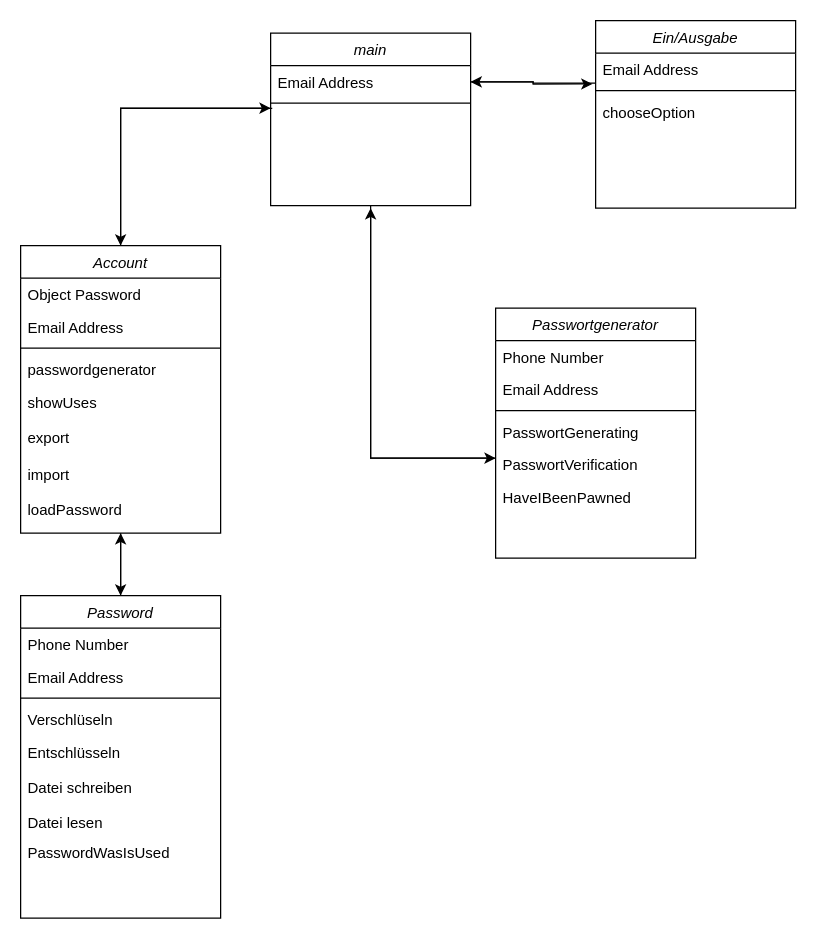
The draw.io diagram Phython.drawio in DominikKien/PhythonProjekt, before the edit. Source tidied: cells renumbered, new cells numbered last; positions are measured from the earlier drawing's top-left corner, leaving out a move shared by most shapes. Both pictures are drawn from the tidied source at 125%, with x=0, y=0 at pixel (20, 20).
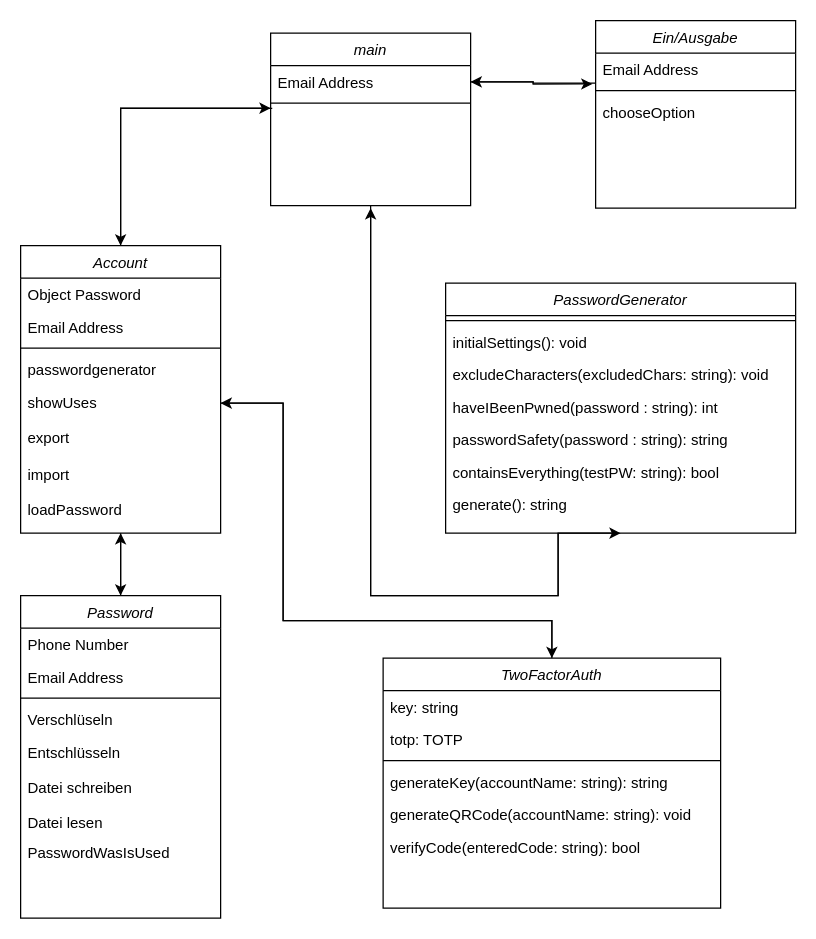
The same diagram, later.

The change refers to these unchanged cells:
```xml
<mxCell id="13" value="main" style="swimlane;fontStyle=2;align=center;verticalAlign=top;horizontal=1;startSize=26;rounded=0;shadow=0;strokeWidth=1;" parent="1" vertex="1">
  <mxGeometry x="200" y="10" width="160" height="138" as="geometry" />
</mxCell>
<mxCell id="31" value="showUses" style="text;align=left;verticalAlign=top;spacingLeft=4;spacingRight=4;overflow=hidden;points=[[0,0.5],[1,0.5]];portConstraint=eastwest;" parent="26" vertex="1">
  <mxGeometry y="112" width="160" height="28" as="geometry" />
</mxCell>
```

What changed in the source:
```diff
@@
-    <mxCell id="12" style="edgeStyle=orthogonalEdgeStyle;rounded=0;jettySize=auto;html=1;" parent="1" edge="1" source="13" target="22">
+    <mxCell id="12" style="edgeStyle=orthogonalEdgeStyle;rounded=0;jettySize=auto;html=1;entryX=0.5;entryY=1;entryDx=0;entryDy=0;" parent="1" edge="1" source="13" target="17">
       <mxGeometry relative="1" as="geometry">
         <Array as="points">
-          <mxPoint x="280" y="350" />
+          <mxPoint x="280" y="460" />
+          <mxPoint x="430" y="460" />
+          <mxPoint x="430" y="410" />
         </Array>
       </mxGeometry>
     </mxCell>
@@
     <mxCell id="16" style="edgeStyle=orthogonalEdgeStyle;rounded=0;jettySize=auto;html=1;" parent="1" edge="1" source="17">
       <mxGeometry relative="1" as="geometry">
         <mxPoint x="280" y="150" as="targetPoint" />
         <Array as="points">
-          <mxPoint x="280" y="350" />
+          <mxPoint x="430" y="460" />
+          <mxPoint x="280" y="460" />
         </Array>
       </mxGeometry>
     </mxCell>
-    <mxCell id="17" value="Passwortgenerator" style="swimlane;fontStyle=2;align=center;verticalAlign=top;horizontal=1;startSize=26;rounded=0;shadow=0;strokeWidth=1;" parent="1" vertex="1">
-      <mxGeometry x="380" y="230" width="160" height="200" as="geometry" />
+    <mxCell id="17" value="PasswordGenerator" style="swimlane;fontStyle=2;align=center;verticalAlign=top;horizontal=1;startSize=26;rounded=0;shadow=0;strokeWidth=1;" parent="1" vertex="1">
+      <mxGeometry x="340" y="210" width="280" height="200" as="geometry" />
     </mxCell>
-    <mxCell id="18" value="Phone Number" style="text;align=left;verticalAlign=top;spacingLeft=4;spacingRight=4;overflow=hidden;rounded=0;shadow=0;html=0;" parent="17" vertex="1">
-      <mxGeometry y="26" width="160" height="26" as="geometry" />
-    </mxCell>
-    <mxCell id="19" value="Email Address" style="text;align=left;verticalAlign=top;spacingLeft=4;spacingRight=4;overflow=hidden;rounded=0;shadow=0;html=0;" parent="17" vertex="1">
-      <mxGeometry y="52" width="160" height="26" as="geometry" />
-    </mxCell>
     <mxCell id="20" style="line;html=1;strokeWidth=1;align=left;verticalAlign=middle;spacingTop=-1;spacingLeft=3;spacingRight=3;labelPosition=right;" parent="17" vertex="1">
-      <mxGeometry y="78" width="160" height="8" as="geometry" />
+      <mxGeometry y="26" width="280" height="8" as="geometry" />
     </mxCell>
-    <mxCell id="21" value="PasswortGenerating" style="text;align=left;verticalAlign=top;spacingLeft=4;spacingRight=4;overflow=hidden;" parent="17" vertex="1">
-      <mxGeometry y="86" width="160" height="26" as="geometry" />
+    <mxCell id="21" value="initialSettings(): void" style="text;align=left;verticalAlign=top;spacingLeft=4;spacingRight=4;overflow=hidden;" parent="17" vertex="1">
+      <mxGeometry y="34" width="280" height="26" as="geometry" />
     </mxCell>
-    <mxCell id="22" value="PasswortVerification" style="text;align=left;verticalAlign=top;spacingLeft=4;spacingRight=4;overflow=hidden;points=[[0,0.5],[1,0.5]];portConstraint=eastwest;" parent="17" vertex="1">
-      <mxGeometry y="112" width="160" height="26" as="geometry" />
+    <mxCell id="22" value="excludeCharacters(excludedChars: string): void" style="text;align=left;verticalAlign=top;spacingLeft=4;spacingRight=4;overflow=hidden;points=[[0,0.5],[1,0.5]];portConstraint=eastwest;" parent="17" vertex="1">
+      <mxGeometry y="60" width="280" height="26" as="geometry" />
     </mxCell>
-    <mxCell id="23" value="HaveIBeenPawned" style="text;align=left;verticalAlign=top;spacingLeft=4;spacingRight=4;overflow=hidden;" parent="17" vertex="1">
-      <mxGeometry y="138" width="160" height="26" as="geometry" />
+    <mxCell id="23" value="haveIBeenPwned(password : string): int" style="text;align=left;verticalAlign=top;spacingLeft=4;spacingRight=4;overflow=hidden;" parent="17" vertex="1">
+      <mxGeometry y="86" width="280" height="26" as="geometry" />
     </mxCell>
+    <mxCell id="42" value="passwordSafety(password : string): string" style="text;align=left;verticalAlign=top;spacingLeft=4;spacingRight=4;overflow=hidden;" parent="17" vertex="1">
+      <mxGeometry y="112" width="280" height="26" as="geometry" />
+    </mxCell>
+    <mxCell id="43" value="containsEverything(testPW: string): bool" style="text;align=left;verticalAlign=top;spacingLeft=4;spacingRight=4;overflow=hidden;" parent="17" vertex="1">
+      <mxGeometry y="138" width="280" height="26" as="geometry" />
+    </mxCell>
+    <mxCell id="44" value="generate(): string" style="text;align=left;verticalAlign=top;spacingLeft=4;spacingRight=4;overflow=hidden;" parent="17" vertex="1">
+      <mxGeometry y="164" width="280" height="26" as="geometry" />
+    </mxCell>
@@
+    <mxCell id="45" style="edgeStyle=orthogonalEdgeStyle;rounded=0;jettySize=auto;html=1;exitX=0.5;exitY=0;exitDx=0;exitDy=0;entryX=1;entryY=0.5;entryDx=0;entryDy=0;" parent="1" edge="1" source="46" target="31">
+      <mxGeometry relative="1" as="geometry">
+        <Array as="points">
+          <mxPoint x="425" y="480" />
+          <mxPoint x="210" y="480" />
+          <mxPoint x="210" y="306" />
+        </Array>
+      </mxGeometry>
+    </mxCell>
+    <mxCell id="46" value="TwoFactorAuth" style="swimlane;fontStyle=2;align=center;verticalAlign=top;horizontal=1;startSize=26;rounded=0;shadow=0;strokeWidth=1;" parent="1" vertex="1">
+      <mxGeometry x="290" y="510" width="270" height="200" as="geometry" />
+    </mxCell>
+    <mxCell id="47" value="key: string" style="text;align=left;verticalAlign=top;spacingLeft=4;spacingRight=4;overflow=hidden;" parent="46" vertex="1">
+      <mxGeometry y="26" width="270" height="26" as="geometry" />
+    </mxCell>
+    <mxCell id="48" value="totp: TOTP" style="text;align=left;verticalAlign=top;spacingLeft=4;spacingRight=4;overflow=hidden;" parent="46" vertex="1">
+      <mxGeometry y="52" width="270" height="26" as="geometry" />
+    </mxCell>
+    <mxCell id="49" style="line;html=1;strokeWidth=1;align=left;verticalAlign=middle;spacingTop=-1;spacingLeft=3;spacingRight=3;labelPosition=right;" parent="46" vertex="1">
+      <mxGeometry y="78" width="270" height="8" as="geometry" />
+    </mxCell>
+    <mxCell id="50" value="generateKey(accountName: string): string" style="text;align=left;verticalAlign=top;spacingLeft=4;spacingRight=4;overflow=hidden;" parent="46" vertex="1">
+      <mxGeometry y="86" width="270" height="26" as="geometry" />
+    </mxCell>
+    <mxCell id="51" value="generateQRCode(accountName: string): void" style="text;align=left;verticalAlign=top;spacingLeft=4;spacingRight=4;overflow=hidden;" parent="46" vertex="1">
+      <mxGeometry y="112" width="270" height="26" as="geometry" />
+    </mxCell>
+    <mxCell id="52" value="verifyCode(enteredCode: string): bool" style="text;align=left;verticalAlign=top;spacingLeft=4;spacingRight=4;overflow=hidden;" parent="46" vertex="1">
+      <mxGeometry y="138" width="270" height="26" as="geometry" />
+    </mxCell>
+    <mxCell id="53" style="edgeStyle=orthogonalEdgeStyle;rounded=0;jettySize=auto;html=1;exitX=1;exitY=0.5;exitDx=0;exitDy=0;entryX=0.5;entryY=0;entryDx=0;entryDy=0;" parent="1" edge="1" source="31" target="46">
+      <mxGeometry relative="1" as="geometry">
+        <Array as="points">
+          <mxPoint x="210" y="306" />
+          <mxPoint x="210" y="480" />
+          <mxPoint x="425" y="480" />
+        </Array>
+      </mxGeometry>
+    </mxCell>
```
